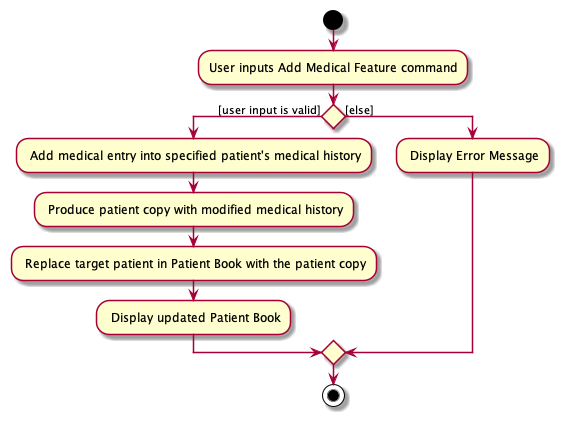
The PlantUML diagram docs/diagrams/AddMedicalEntryFeatureActivityDiagram.png in AY2122S1-CS2103-W14-1/tp, before a commit.
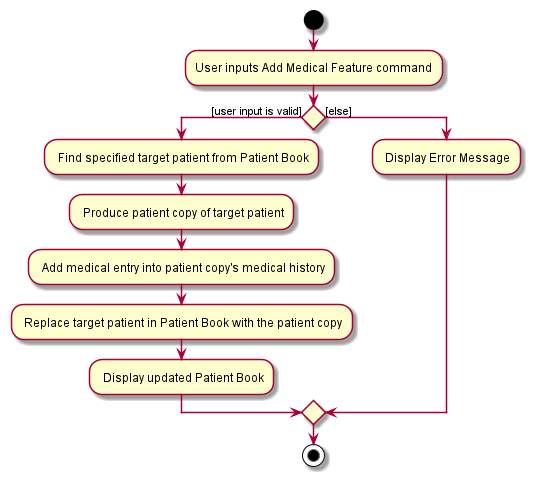
Above is the later version.

Diff of the diagram source:
```diff
@@ -3,8 +3,9 @@
 start
 :User inputs Add Medical Feature command;
 if () then ([user input is valid])
-: Add medical entry into specified patient's medical history;
-: Produce patient copy with modified medical history;
+: Find specified target patient from Patient Book;
+: Produce patient copy of target patient;
+: Add medical entry into patient copy's medical history;
 : Replace target patient in Patient Book with the patient copy;
 : Display updated Patient Book;
 else ([else])
```
